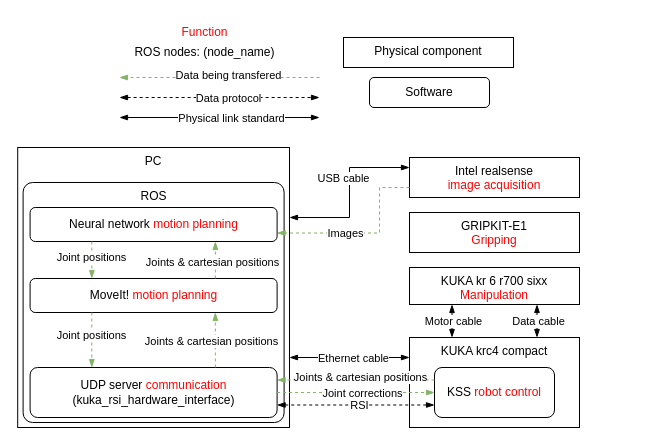
Earlier version of the draw.io diagram src/Unavngivet diagram.drawio (kasperfg16/p8_sewbot). Source tidied: cells renumbered, new cells numbered last; positions are measured from the earlier drawing's top-left corner, leaving out a move shared by most shapes. Both pictures are drawn from the tidied source at 100%, with x=0, y=0 at pixel (17, 17).
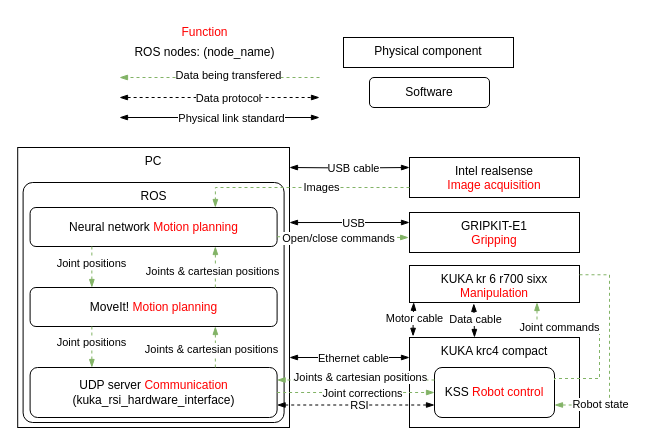
The same page after the edit.

The change refers to these unchanged cells:
```xml
<mxCell id="3" style="group;" parent="1" vertex="1">
  <mxGeometry x="52" y="130" width="220" height="280" as="geometry" />
</mxCell>
<mxCell id="4" value="PC" style="rounded=0;whiteSpace=wrap;html=1;verticalAlign=top;" parent="3" vertex="1">
  <mxGeometry x="-51.8" width="271.8" height="280" as="geometry" />
</mxCell>
<mxCell id="8" style="edgeStyle=orthogonalEdgeStyle;rounded=0;jettySize=auto;html=1;exitX=0.25;exitY=1;exitDx=0;exitDy=0;dashed=1;endArrow=blockThin;endFill=1;startArrow=none;startFill=0;fillColor=#d5e8d4;strokeColor=#82b366;entryX=0.25;entryY=0;entryDx=0;entryDy=0;" parent="3" edge="1" source="6" target="12">
  <mxGeometry relative="1" as="geometry" />
</mxCell>
<mxCell id="13" style="edgeStyle=orthogonalEdgeStyle;rounded=0;jettySize=auto;html=1;exitX=0.75;exitY=0;exitDx=0;exitDy=0;dashed=1;endArrow=blockThin;endFill=1;startArrow=none;startFill=0;fillColor=#d5e8d4;strokeColor=#82b366;entryX=0.75;entryY=1;entryDx=0;entryDy=0;" parent="3" edge="1" source="12" target="6">
  <mxGeometry relative="1" as="geometry" />
</mxCell>
<mxCell id="17" style="group;" parent="1" vertex="1">
  <mxGeometry x="392" y="290" width="170" height="120" as="geometry" />
</mxCell>
<mxCell id="18" value="KUKA krc4 compact" style="rounded=0;whiteSpace=wrap;html=1;verticalAlign=top;" parent="17" vertex="1">
  <mxGeometry y="30" width="170" height="90" as="geometry" />
</mxCell>
```

What changed in the source:
```diff
@@
     <mxCell id="2" value="KUKA kr 6 r700 sixx&lt;br&gt;&lt;font color=&quot;#ff0000&quot;&gt;Manipulation&lt;/font&gt;" style="rounded=0;whiteSpace=wrap;html=1;verticalAlign=top;" parent="1" vertex="1">
-      <mxGeometry x="392" y="250" width="170" height="37" as="geometry" />
+      <mxGeometry x="392" y="248" width="170" height="37" as="geometry" />
     </mxCell>
@@
-    <mxCell id="6" value="Neural network&amp;nbsp;&lt;font color=&quot;#ff0000&quot;&gt;motion planning&lt;/font&gt;" style="rounded=1;whiteSpace=wrap;html=1;" parent="3" vertex="1">
-      <mxGeometry x="-39.4" y="60" width="247" height="34" as="geometry" />
+    <mxCell id="6" value="Neural network&amp;nbsp;&lt;font color=&quot;#ff0000&quot;&gt;Motion planning&lt;/font&gt;" style="rounded=1;whiteSpace=wrap;html=1;" parent="3" vertex="1">
+      <mxGeometry x="-39.4" y="60" width="247" height="39" as="geometry" />
     </mxCell>
-    <mxCell id="7" value="UDP server &lt;font color=&quot;#ff0000&quot;&gt;communication&lt;/font&gt;&lt;br&gt;(kuka_rsi_hardware_interface)" style="rounded=1;whiteSpace=wrap;html=1;" parent="3" vertex="1">
+    <mxCell id="7" value="UDP server &lt;font color=&quot;#ff0000&quot;&gt;Communication&lt;/font&gt;&lt;br&gt;(kuka_rsi_hardware_interface)" style="rounded=1;whiteSpace=wrap;html=1;" parent="3" vertex="1">
       <mxGeometry x="-39.4" y="220" width="247" height="50" as="geometry" />
     </mxCell>
@@
     <mxCell id="9" value="Joint positions" style="edgeLabel;html=1;align=center;verticalAlign=middle;" parent="8" vertex="1">
       <mxGeometry x="0.11" y="1" relative="1" as="geometry">
-        <mxPoint x="-2" y="-6" as="offset" />
+        <mxPoint x="-2" y="-7" as="offset" />
       </mxGeometry>
     </mxCell>
@@
-    <mxCell id="12" value="MoveIt! &lt;font color=&quot;#ff0000&quot;&gt;motion planning&lt;/font&gt;" style="rounded=1;whiteSpace=wrap;html=1;" parent="3" vertex="1">
-      <mxGeometry x="-39.4" y="131" width="247" height="34" as="geometry" />
+    <mxCell id="12" value="MoveIt! &lt;font color=&quot;#ff0000&quot;&gt;Motion planning&lt;/font&gt;" style="rounded=1;whiteSpace=wrap;html=1;" parent="3" vertex="1">
+      <mxGeometry x="-39.4" y="140" width="247" height="39" as="geometry" />
     </mxCell>
@@
     <mxCell id="14" value="Joints &amp;amp; cartesian positions" style="edgeLabel;html=1;align=center;verticalAlign=middle;" parent="13" vertex="1">
       <mxGeometry x="0.11" y="1" relative="1" as="geometry">
-        <mxPoint x="-2" y="4" as="offset" />
+        <mxPoint x="-2" y="6" as="offset" />
       </mxGeometry>
     </mxCell>
@@
-    <mxCell id="19" value="KSS &lt;font color=&quot;#ff0000&quot;&gt;robot control&lt;/font&gt;" style="rounded=1;whiteSpace=wrap;html=1;" parent="17" vertex="1">
+    <mxCell id="19" value="KSS &lt;font color=&quot;#ff0000&quot;&gt;Robot control&lt;/font&gt;" style="rounded=1;whiteSpace=wrap;html=1;" parent="17" vertex="1">
       <mxGeometry x="25" y="60" width="120" height="50" as="geometry" />
     </mxCell>
@@
-    <mxCell id="22" style="edgeStyle=orthogonalEdgeStyle;rounded=0;jettySize=auto;html=1;exitX=0.25;exitY=0;exitDx=0;exitDy=0;entryX=0.25;entryY=1;entryDx=0;entryDy=0;endArrow=blockThin;endFill=1;startArrow=blockThin;startFill=1;" parent="1" edge="1" source="18" target="2">
-      <mxGeometry relative="1" as="geometry" />
+    <mxCell id="22" style="edgeStyle=orthogonalEdgeStyle;rounded=0;jettySize=auto;html=1;endArrow=blockThin;endFill=1;startArrow=blockThin;startFill=1;exitX=0.021;exitY=-0.013;exitDx=0;exitDy=0;exitPerimeter=0;entryX=0.025;entryY=0.995;entryDx=0;entryDy=0;entryPerimeter=0;" parent="1" edge="1" source="18" target="2">
+      <mxGeometry relative="1" as="geometry">
+        <Array as="points">
+          <mxPoint x="396" y="303" />
+          <mxPoint x="396" y="303" />
+        </Array>
+      </mxGeometry>
     </mxCell>
     <mxCell id="23" value="Motor cable " style="edgeLabel;html=1;align=center;verticalAlign=middle;" parent="22" vertex="1">
       <mxGeometry x="0.25" y="-1" relative="1" as="geometry">
-        <mxPoint y="4" as="offset" />
+        <mxPoint y="3" as="offset" />
       </mxGeometry>
     </mxCell>
@@
-    <mxCell id="38" style="edgeStyle=orthogonalEdgeStyle;rounded=0;jettySize=auto;html=1;exitX=0.75;exitY=0;exitDx=0;exitDy=0;entryX=0.75;entryY=1;entryDx=0;entryDy=0;endArrow=blockThin;endFill=1;startArrow=blockThin;startFill=1;" parent="1" edge="1" source="18" target="2">
-      <mxGeometry relative="1" as="geometry" />
+    <mxCell id="38" style="edgeStyle=orthogonalEdgeStyle;rounded=0;orthogonalLoop=1;jettySize=auto;html=1;endArrow=blockThin;endFill=1;startArrow=blockThin;startFill=1;entryX=0.378;entryY=1.026;entryDx=0;entryDy=0;entryPerimeter=0;" parent="1" edge="1">
+      <mxGeometry relative="1" as="geometry">
+        <mxPoint x="457" y="320" as="sourcePoint" />
+        <mxPoint x="456.3" y="286" as="targetPoint" />
+      </mxGeometry>
     </mxCell>
     <mxCell id="39" value="Data cable " style="edgeLabel;html=1;align=center;verticalAlign=middle;" parent="38" vertex="1">
       <mxGeometry x="0.25" y="-1" relative="1" as="geometry">
-        <mxPoint y="4" as="offset" />
+        <mxPoint y="3" as="offset" />
       </mxGeometry>
     </mxCell>
@@
-    <mxCell id="42" value="Intel realsense&lt;br&gt;&lt;font color=&quot;#ff0000&quot;&gt;image acquisition&lt;/font&gt;" style="rounded=0;whiteSpace=wrap;html=1;verticalAlign=top;" parent="1" vertex="1">
+    <mxCell id="42" value="Intel realsense&lt;br&gt;&lt;font color=&quot;#ff0000&quot;&gt;Image acquisition&lt;/font&gt;" style="rounded=0;whiteSpace=wrap;html=1;verticalAlign=top;" parent="1" vertex="1">
       <mxGeometry x="392" y="140" width="170" height="40" as="geometry" />
     </mxCell>
-    <mxCell id="43" style="edgeStyle=orthogonalEdgeStyle;rounded=0;jettySize=auto;html=1;exitX=1;exitY=0.25;exitDx=0;exitDy=0;endArrow=blockThin;endFill=1;startArrow=blockThin;startFill=1;entryX=0;entryY=0.25;entryDx=0;entryDy=0;" parent="1" edge="1" source="4" target="42">
-      <mxGeometry relative="1" as="geometry" />
+    <mxCell id="43" style="edgeStyle=orthogonalEdgeStyle;rounded=0;jettySize=auto;html=1;endArrow=blockThin;endFill=1;startArrow=blockThin;startFill=1;entryX=0;entryY=0.25;entryDx=0;entryDy=0;" parent="1" edge="1" target="42">
+      <mxGeometry relative="1" as="geometry">
+        <mxPoint x="272" y="150" as="sourcePoint" />
+      </mxGeometry>
     </mxCell>
@@
+    <mxCell id="47" value="&lt;font color=&quot;#ff0000&quot;&gt;Function&lt;/font&gt;" style="text;html=1;align=center;verticalAlign=middle;strokeColor=none;fillColor=none;" parent="1" vertex="1">
+      <mxGeometry x="152" width="70" height="30" as="geometry" />
+    </mxCell>
+    <mxCell id="48" value="GRIPKIT-E1&lt;br&gt;&lt;font color=&quot;#ff0000&quot;&gt;Gripping&lt;/font&gt;" style="rounded=0;whiteSpace=wrap;html=1;verticalAlign=top;" parent="1" vertex="1">
+      <mxGeometry x="392" y="195" width="170" height="40" as="geometry" />
+    </mxCell>
-    <mxCell id="45" style="edgeStyle=orthogonalEdgeStyle;rounded=0;jettySize=auto;html=1;exitX=0;exitY=0.75;exitDx=0;exitDy=0;dashed=1;endArrow=blockThin;endFill=1;startArrow=none;startFill=0;fillColor=#d5e8d4;strokeColor=#82b366;entryX=1;entryY=0.75;entryDx=0;entryDy=0;" parent="1" edge="1" source="42" target="6">
+    <mxCell id="45" style="edgeStyle=orthogonalEdgeStyle;rounded=0;jettySize=auto;html=1;exitX=0;exitY=0.75;exitDx=0;exitDy=0;dashed=1;endArrow=blockThin;endFill=1;startArrow=none;startFill=0;fillColor=#d5e8d4;strokeColor=#82b366;entryX=0.75;entryY=0;entryDx=0;entryDy=0;" parent="1" edge="1" source="42" target="6">
       <mxGeometry relative="1" as="geometry">
         <Array as="points">
-          <mxPoint x="362" y="170" />
-          <mxPoint x="362" y="216" />
-          <mxPoint x="260" y="216" />
+          <mxPoint x="198" y="170" />
         </Array>
       </mxGeometry>
     </mxCell>
     <mxCell id="46" value="Images" style="edgeLabel;html=1;align=center;verticalAlign=middle;" parent="45" vertex="1">
       <mxGeometry x="0.11" y="1" relative="1" as="geometry">
-        <mxPoint x="-11" y="-1" as="offset" />
+        <mxPoint x="30" y="-2" as="offset" />
       </mxGeometry>
     </mxCell>
-    <mxCell id="47" value="&lt;font color=&quot;#ff0000&quot;&gt;Function&lt;/font&gt;" style="text;html=1;align=center;verticalAlign=middle;strokeColor=none;fillColor=none;" parent="1" vertex="1">
-      <mxGeometry x="152" width="70" height="30" as="geometry" />
-    </mxCell>
-    <mxCell id="48" value="GRIPKIT-E1&lt;br&gt;&lt;font color=&quot;#ff0000&quot;&gt;Gripping&lt;/font&gt;" style="rounded=0;whiteSpace=wrap;html=1;verticalAlign=top;" parent="1" vertex="1">
-      <mxGeometry x="392" y="195" width="170" height="40" as="geometry" />
-    </mxCell>
+    <mxCell id="49" style="edgeStyle=orthogonalEdgeStyle;rounded=0;jettySize=auto;html=1;exitX=1;exitY=0.75;exitDx=0;exitDy=0;dashed=1;endArrow=blockThin;endFill=1;startArrow=none;startFill=0;fillColor=#d5e8d4;strokeColor=#82b366;entryX=-0.005;entryY=0.626;entryDx=0;entryDy=0;entryPerimeter=0;" parent="1" edge="1" source="6" target="48">
+      <mxGeometry relative="1" as="geometry" />
+    </mxCell>
+    <mxCell id="50" value="Open/close commands" style="edgeLabel;html=1;align=center;verticalAlign=middle;" parent="49" vertex="1">
+      <mxGeometry x="0.11" y="1" relative="1" as="geometry">
+        <mxPoint x="-11" y="1" as="offset" />
+      </mxGeometry>
+    </mxCell>
+    <mxCell id="51" style="edgeStyle=orthogonalEdgeStyle;rounded=0;jettySize=auto;html=1;exitX=1;exitY=0.268;exitDx=0;exitDy=0;endArrow=blockThin;endFill=1;startArrow=blockThin;startFill=1;entryX=0;entryY=0.25;entryDx=0;entryDy=0;exitPerimeter=0;" parent="1" edge="1" source="4" target="48">
+      <mxGeometry relative="1" as="geometry" />
+    </mxCell>
+    <mxCell id="52" value="USB" style="edgeLabel;html=1;align=center;verticalAlign=middle;" parent="51" vertex="1">
+      <mxGeometry x="0.18" relative="1" as="geometry">
+        <mxPoint x="-7" as="offset" />
+      </mxGeometry>
+    </mxCell>
+    <mxCell id="53" style="edgeStyle=orthogonalEdgeStyle;rounded=0;jettySize=auto;html=1;dashed=1;endArrow=blockThin;endFill=1;startArrow=none;startFill=0;fillColor=#d5e8d4;strokeColor=#82b366;entryX=0.75;entryY=1;entryDx=0;entryDy=0;exitX=1;exitY=0.25;exitDx=0;exitDy=0;" parent="1" edge="1" source="19" target="2">
+      <mxGeometry relative="1" as="geometry">
+        <Array as="points">
+          <mxPoint x="537" y="361" />
+          <mxPoint x="582" y="361" />
+          <mxPoint x="582" y="310" />
+          <mxPoint x="519" y="310" />
+        </Array>
+      </mxGeometry>
+    </mxCell>
+    <mxCell id="54" value="Joint commands" style="edgeLabel;html=1;align=center;verticalAlign=middle;" parent="53" vertex="1">
+      <mxGeometry x="0.11" y="1" relative="1" as="geometry">
+        <mxPoint x="-35" y="-2" as="offset" />
+      </mxGeometry>
+    </mxCell>
+    <mxCell id="55" style="edgeStyle=orthogonalEdgeStyle;rounded=0;jettySize=auto;html=1;exitX=1;exitY=0.25;exitDx=0;exitDy=0;dashed=1;endArrow=blockThin;endFill=1;startArrow=none;startFill=0;fillColor=#d5e8d4;strokeColor=#82b366;entryX=1;entryY=0.75;entryDx=0;entryDy=0;" parent="1" edge="1" source="2" target="19">
+      <mxGeometry relative="1" as="geometry">
+        <Array as="points">
+          <mxPoint x="592" y="257" />
+          <mxPoint x="592" y="388" />
+        </Array>
+      </mxGeometry>
+    </mxCell>
+    <mxCell id="56" value="Robot state" style="edgeLabel;html=1;align=center;verticalAlign=middle;" parent="55" vertex="1">
+      <mxGeometry x="0.11" y="1" relative="1" as="geometry">
+        <mxPoint x="-11" y="40" as="offset" />
+      </mxGeometry>
+    </mxCell>
```
